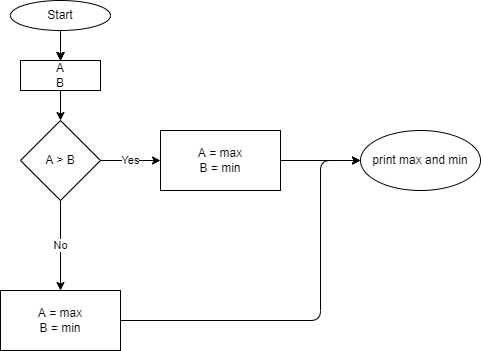
The draw.io diagram Lesson01/Task01/example.drawio.png in Gladun-D/Seminar1C, before a commit. Source tidied: cells renumbered, new cells last; positions are measured from the earlier drawing's top-left corner, leaving out a move shared by most shapes.
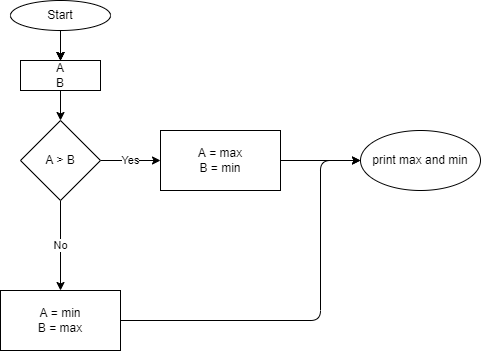
The same file after the commit.

What changed in the source:
```diff
@@ -49,7 +49,7 @@
         </Array>
       </mxGeometry>
     </mxCell>
-    <mxCell id="16" value="A = max&lt;br&gt;B = min" style="whiteSpace=wrap;html=1;gradientColor=none;" parent="1" vertex="1">
+    <mxCell id="16" value="A = min&lt;br&gt;B = max" style="whiteSpace=wrap;html=1;gradientColor=none;" parent="1" vertex="1">
       <mxGeometry y="290" width="120" height="60" as="geometry" />
     </mxCell>
   </root>
```
